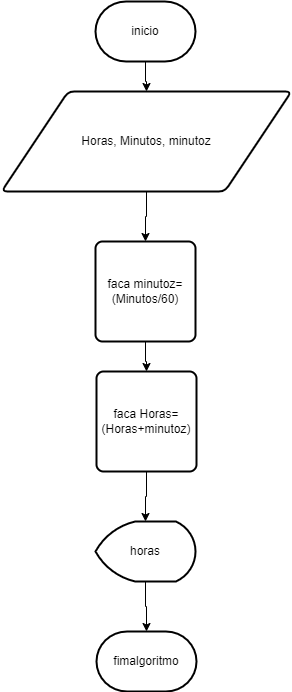
Before: Nova pasta/Untitled Diagram.drawio.png, a diagram exported from draw.io (brenomiguel/aulas_pa). Source tidied: cells renumbered, new cells last; positions are measured from the earlier drawing's top-left corner, leaving out a move shared by most shapes. The source it was exported from:
```xml
<mxGraphModel>
  <root>
    <mxCell id="0" />
    <mxCell id="1" parent="0" />
    <mxCell id="2" style="edgeStyle=orthogonalEdgeStyle;rounded=0;jettySize=auto;html=1;" parent="1" edge="1" source="3" target="6">
      <mxGeometry relative="1" as="geometry" />
    </mxCell>
    <mxCell id="3" value="inicio" style="strokeWidth=2;html=1;shape=mxgraph.flowchart.terminator;whiteSpace=wrap;" parent="1" vertex="1">
      <mxGeometry x="94" width="100" height="60" as="geometry" />
    </mxCell>
    <mxCell id="4" value="fimalgoritmo" style="strokeWidth=2;html=1;shape=mxgraph.flowchart.terminator;whiteSpace=wrap;" parent="1" vertex="1">
      <mxGeometry x="95" y="630" width="100" height="60" as="geometry" />
    </mxCell>
    <mxCell id="5" style="edgeStyle=orthogonalEdgeStyle;rounded=0;jettySize=auto;html=1;" parent="1" edge="1" source="6" target="10">
      <mxGeometry relative="1" as="geometry" />
    </mxCell>
    <mxCell id="6" value="Horas, Minutos, minutoz" style="shape=parallelogram;html=1;strokeWidth=2;perimeter=parallelogramPerimeter;whiteSpace=wrap;rounded=1;arcSize=12;size=0.23;" parent="1" vertex="1">
      <mxGeometry y="90" width="290" height="100" as="geometry" />
    </mxCell>
    <mxCell id="7" style="edgeStyle=orthogonalEdgeStyle;rounded=0;jettySize=auto;html=1;" parent="1" edge="1" source="8" target="4">
      <mxGeometry relative="1" as="geometry" />
    </mxCell>
    <mxCell id="8" value="horas" style="strokeWidth=2;html=1;shape=mxgraph.flowchart.display;whiteSpace=wrap;" parent="1" vertex="1">
      <mxGeometry x="94" y="520" width="100" height="60" as="geometry" />
    </mxCell>
    <mxCell id="9" style="edgeStyle=orthogonalEdgeStyle;rounded=0;jettySize=auto;html=1;" parent="1" edge="1" source="10" target="12">
      <mxGeometry relative="1" as="geometry" />
    </mxCell>
    <mxCell id="10" value="faca minutoz=(Minutos/60)" style="rounded=1;whiteSpace=wrap;html=1;absoluteArcSize=1;arcSize=14;strokeWidth=2;" parent="1" vertex="1">
      <mxGeometry x="94" y="240" width="100" height="100" as="geometry" />
    </mxCell>
    <mxCell id="11" style="edgeStyle=orthogonalEdgeStyle;rounded=0;jettySize=auto;html=1;" parent="1" edge="1" source="12" target="8">
      <mxGeometry relative="1" as="geometry" />
    </mxCell>
    <mxCell id="12" value="faca Horas=(Horas+minutoz)" style="rounded=1;whiteSpace=wrap;html=1;absoluteArcSize=1;arcSize=14;strokeWidth=2;" parent="1" vertex="1">
      <mxGeometry x="95" y="370" width="100" height="100" as="geometry" />
    </mxCell>
  </root>
</mxGraphModel>
```
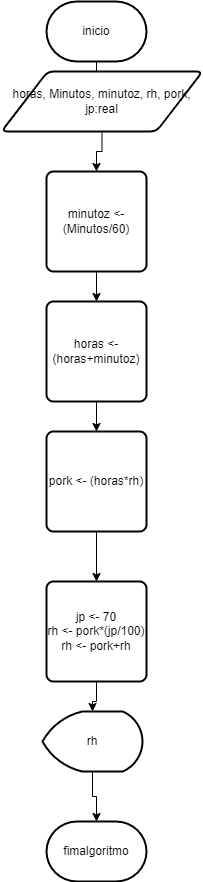
Later version of the same file.

Change to the diagram source:
```diff
@@ -2,38 +2,50 @@
   <root>
     <mxCell id="0" />
     <mxCell id="1" parent="0" />
-    <mxCell id="2" style="edgeStyle=orthogonalEdgeStyle;rounded=0;jettySize=auto;html=1;" parent="1" edge="1" source="3" target="6">
-      <mxGeometry relative="1" as="geometry" />
-    </mxCell>
+    <mxCell id="13" style="edgeStyle=orthogonalEdgeStyle;rounded=0;jettySize=auto;html=1;" parent="1" edge="1" source="3" target="15">
+      <mxGeometry relative="1" as="geometry" />
+    </mxCell>
     <mxCell id="3" value="inicio" style="strokeWidth=2;html=1;shape=mxgraph.flowchart.terminator;whiteSpace=wrap;" parent="1" vertex="1">
-      <mxGeometry x="94" width="100" height="60" as="geometry" />
+      <mxGeometry x="94" y="10" width="100" height="60" as="geometry" />
     </mxCell>
     <mxCell id="4" value="fimalgoritmo" style="strokeWidth=2;html=1;shape=mxgraph.flowchart.terminator;whiteSpace=wrap;" parent="1" vertex="1">
-      <mxGeometry x="95" y="630" width="100" height="60" as="geometry" />
+      <mxGeometry x="94" y="830" width="100" height="60" as="geometry" />
     </mxCell>
-    <mxCell id="5" style="edgeStyle=orthogonalEdgeStyle;rounded=0;jettySize=auto;html=1;" parent="1" edge="1" source="6" target="10">
-      <mxGeometry relative="1" as="geometry" />
-    </mxCell>
-    <mxCell id="6" value="Horas, Minutos, minutoz" style="shape=parallelogram;html=1;strokeWidth=2;perimeter=parallelogramPerimeter;whiteSpace=wrap;rounded=1;arcSize=12;size=0.23;" parent="1" vertex="1">
-      <mxGeometry y="90" width="290" height="100" as="geometry" />
-    </mxCell>
-    <mxCell id="7" style="edgeStyle=orthogonalEdgeStyle;rounded=0;jettySize=auto;html=1;" parent="1" edge="1" source="8" target="4">
-      <mxGeometry relative="1" as="geometry" />
-    </mxCell>
-    <mxCell id="8" value="horas" style="strokeWidth=2;html=1;shape=mxgraph.flowchart.display;whiteSpace=wrap;" parent="1" vertex="1">
-      <mxGeometry x="94" y="520" width="100" height="60" as="geometry" />
-    </mxCell>
-    <mxCell id="9" style="edgeStyle=orthogonalEdgeStyle;rounded=0;jettySize=auto;html=1;" parent="1" edge="1" source="10" target="12">
-      <mxGeometry relative="1" as="geometry" />
-    </mxCell>
-    <mxCell id="10" value="faca minutoz=(Minutos/60)" style="rounded=1;whiteSpace=wrap;html=1;absoluteArcSize=1;arcSize=14;strokeWidth=2;" parent="1" vertex="1">
-      <mxGeometry x="94" y="240" width="100" height="100" as="geometry" />
-    </mxCell>
-    <mxCell id="11" style="edgeStyle=orthogonalEdgeStyle;rounded=0;jettySize=auto;html=1;" parent="1" edge="1" source="12" target="8">
-      <mxGeometry relative="1" as="geometry" />
-    </mxCell>
-    <mxCell id="12" value="faca Horas=(Horas+minutoz)" style="rounded=1;whiteSpace=wrap;html=1;absoluteArcSize=1;arcSize=14;strokeWidth=2;" parent="1" vertex="1">
-      <mxGeometry x="95" y="370" width="100" height="100" as="geometry" />
-    </mxCell>
+    <mxCell id="14" style="edgeStyle=orthogonalEdgeStyle;rounded=0;jettySize=auto;html=1;" parent="1" edge="1" source="15" target="17">
+      <mxGeometry relative="1" as="geometry" />
+    </mxCell>
+    <mxCell id="15" value="horas, Minutos, minutoz, rh, pork, jp:real" style="shape=parallelogram;html=1;strokeWidth=2;perimeter=parallelogramPerimeter;whiteSpace=wrap;rounded=1;arcSize=12;size=0.23;" parent="1" vertex="1">
+      <mxGeometry x="49" y="80" width="201" height="60" as="geometry" />
+    </mxCell>
+    <mxCell id="16" style="edgeStyle=orthogonalEdgeStyle;rounded=0;jettySize=auto;html=1;" parent="1" edge="1" source="17" target="19">
+      <mxGeometry relative="1" as="geometry" />
+    </mxCell>
+    <mxCell id="17" value="minutoz &amp;lt;- (Minutos/60)" style="rounded=1;whiteSpace=wrap;html=1;absoluteArcSize=1;arcSize=14;strokeWidth=2;" parent="1" vertex="1">
+      <mxGeometry x="94" y="180" width="100" height="100" as="geometry" />
+    </mxCell>
+    <mxCell id="18" style="edgeStyle=orthogonalEdgeStyle;rounded=0;jettySize=auto;html=1;" parent="1" edge="1" source="19" target="21">
+      <mxGeometry relative="1" as="geometry" />
+    </mxCell>
+    <mxCell id="19" value="horas &amp;lt;- (horas+minutoz)" style="rounded=1;whiteSpace=wrap;html=1;absoluteArcSize=1;arcSize=14;strokeWidth=2;" parent="1" vertex="1">
+      <mxGeometry x="94" y="310" width="100" height="100" as="geometry" />
+    </mxCell>
+    <mxCell id="20" style="edgeStyle=orthogonalEdgeStyle;rounded=0;jettySize=auto;html=1;entryX=0.5;entryY=0;entryDx=0;entryDy=0;" parent="1" edge="1" source="21" target="23">
+      <mxGeometry relative="1" as="geometry" />
+    </mxCell>
+    <mxCell id="21" value="pork &amp;lt;- (horas*rh)" style="rounded=1;whiteSpace=wrap;html=1;absoluteArcSize=1;arcSize=14;strokeWidth=2;" parent="1" vertex="1">
+      <mxGeometry x="94" y="440" width="100" height="100" as="geometry" />
+    </mxCell>
+    <mxCell id="22" style="edgeStyle=orthogonalEdgeStyle;rounded=0;jettySize=auto;html=1;" parent="1" edge="1" source="23" target="25">
+      <mxGeometry relative="1" as="geometry" />
+    </mxCell>
+    <mxCell id="23" value="&lt;div&gt;jp &amp;lt;- 70&lt;/div&gt;&lt;div&gt;rh &amp;lt;- pork*(jp/100)&lt;/div&gt;&lt;div&gt;rh &amp;lt;- pork+rh&lt;/div&gt;" style="rounded=1;whiteSpace=wrap;html=1;absoluteArcSize=1;arcSize=14;strokeWidth=2;" parent="1" vertex="1">
+      <mxGeometry x="94" y="590" width="100" height="100" as="geometry" />
+    </mxCell>
+    <mxCell id="24" style="edgeStyle=orthogonalEdgeStyle;rounded=0;jettySize=auto;html=1;" parent="1" edge="1" source="25" target="4">
+      <mxGeometry relative="1" as="geometry" />
+    </mxCell>
+    <mxCell id="25" value="rh" style="strokeWidth=2;html=1;shape=mxgraph.flowchart.display;whiteSpace=wrap;" parent="1" vertex="1">
+      <mxGeometry x="90" y="720" width="100" height="60" as="geometry" />
+    </mxCell>
   </root>
 </mxGraphModel>
```
